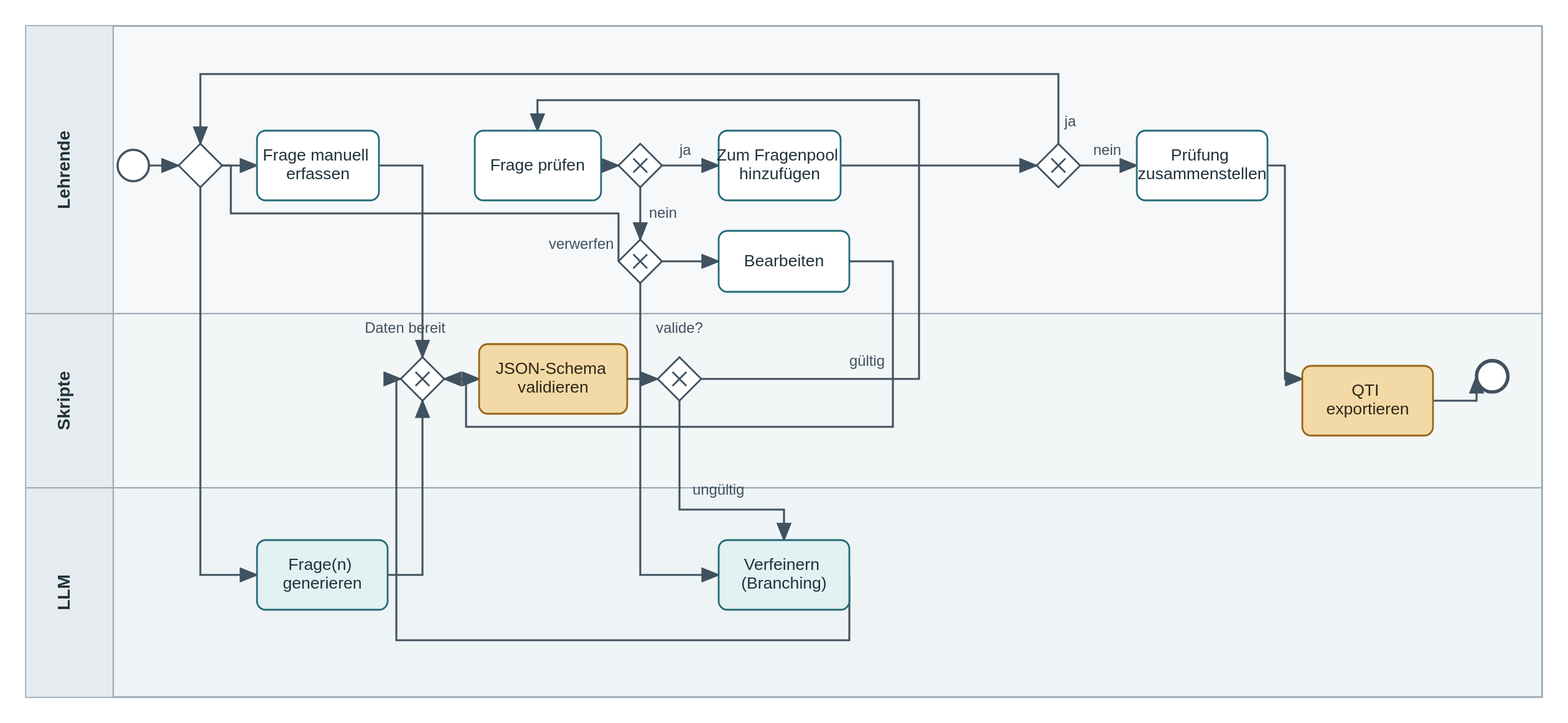
The BPMN diagram assets/images/lena-process.svg in kllmanu/ba, before a commit. Its source is kept beside it as assets/lena-process.bpmn. Ids are renumbered.
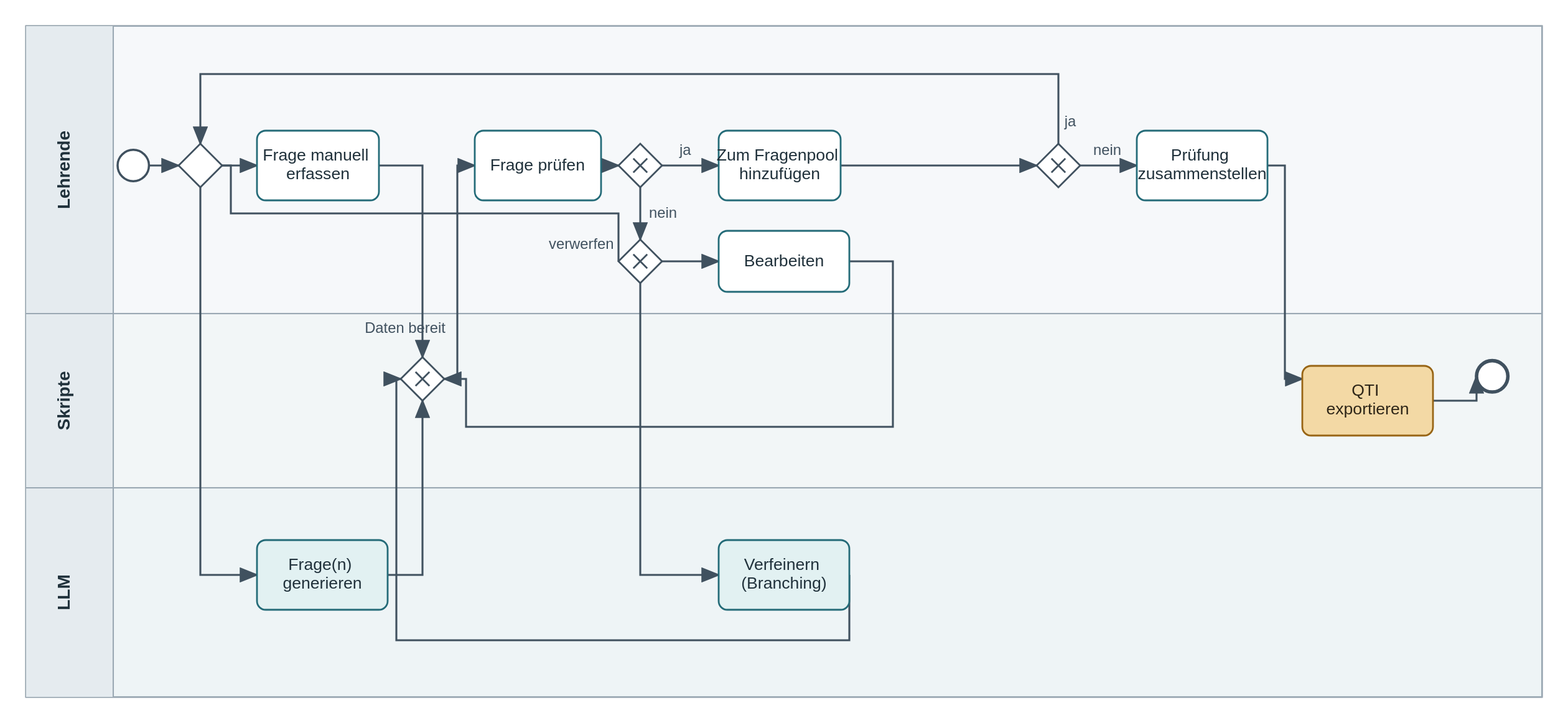
After the commit.

Commit message:
Refactor BPMN process model by removing unnecessary validation tasks and flows for improved clarity

Change to the diagram source:
```diff
@@ -19,8 +19,6 @@
             </bpmn:lane>
             <bpmn:lane id="Lane_Scripts" name="Skripte">
                 <bpmn:flowNodeRef>Gateway_Created</bpmn:flowNodeRef>
-                <bpmn:flowNodeRef>ServiceTask_Validate</bpmn:flowNodeRef>
-                <bpmn:flowNodeRef>Gateway_DataValid</bpmn:flowNodeRef>
                 <bpmn:flowNodeRef>ServiceTask_Export</bpmn:flowNodeRef>
                 <bpmn:flowNodeRef>EndEvent_End</bpmn:flowNodeRef>
             </bpmn:lane>
@@ -37,9 +35,6 @@
         <bpmn:serviceTask id="ServiceTask_LLMCreate" name="Frage(n) generieren" />
         <bpmn:exclusiveGateway id="Gateway_Created" name="Daten bereit"
             gatewayDirection="Converging" />
-        <bpmn:serviceTask id="ServiceTask_Validate" name="JSON-Schema validieren" />
-        <bpmn:exclusiveGateway id="Gateway_DataValid" name="Valide?"
-            gatewayDirection="Diverging" />
         <bpmn:userTask id="UserTask_Review" name="Frage prüfen" />
         <bpmn:exclusiveGateway id="Gateway_Suitable" name="Geeignet?" gatewayDirection="Diverging" />
         <bpmn:exclusiveGateway id="Gateway_Revise" name="Nächster Schritt?"
@@ -62,13 +57,7 @@
             targetRef="Gateway_Created" />
         <bpmn:sequenceFlow id="Flow_05" sourceRef="ServiceTask_LLMCreate"
             targetRef="Gateway_Created" />
-        <bpmn:sequenceFlow id="Flow_06" sourceRef="Gateway_Created" targetRef="ServiceTask_Validate" />
-        <bpmn:sequenceFlow id="Flow_07" sourceRef="ServiceTask_Validate"
-            targetRef="Gateway_DataValid" />
-        <bpmn:sequenceFlow id="Flow_08" name="ja" sourceRef="Gateway_DataValid"
-            targetRef="UserTask_Review" />
-        <bpmn:sequenceFlow id="Flow_09" name="nein" sourceRef="Gateway_DataValid"
-            targetRef="ServiceTask_LLMRevise" />
+        <bpmn:sequenceFlow id="Flow_06" sourceRef="Gateway_Created" targetRef="UserTask_Review" />
         <bpmn:sequenceFlow id="Flow_10" sourceRef="UserTask_Review" targetRef="Gateway_Suitable" />
         <bpmn:sequenceFlow id="Flow_11" name="ja" sourceRef="Gateway_Suitable"
             targetRef="UserTask_AddSelection" />
@@ -122,16 +111,6 @@
                 <dc:Bounds x="460" y="410" width="50" height="50" />
                 <bpmndi:BPMNLabel>
                     <dc:Bounds x="390" y="372" width="150" height="24" />
-                </bpmndi:BPMNLabel>
-            </bpmndi:BPMNShape>
-            <bpmndi:BPMNShape id="Shape_Validate" bpmnElement="ServiceTask_Validate">
-                <dc:Bounds x="550" y="395" width="170" height="80" />
-            </bpmndi:BPMNShape>
-            <bpmndi:BPMNShape id="Shape_DataValid" bpmnElement="Gateway_DataValid"
-                isMarkerVisible="true">
-                <dc:Bounds x="755" y="410" width="50" height="50" />
-                <bpmndi:BPMNLabel>
-                    <dc:Bounds x="745" y="372" width="70" height="24" />
                 </bpmndi:BPMNLabel>
             </bpmndi:BPMNShape>
             <bpmndi:BPMNShape id="Shape_Review" bpmnElement="UserTask_Review">
@@ -191,24 +170,9 @@
             </bpmndi:BPMNEdge>
             <bpmndi:BPMNEdge id="Edge_06" bpmnElement="Flow_06">
                 <di:waypoint x="510" y="435" />
-                <di:waypoint x="550" y="435" />
-            </bpmndi:BPMNEdge>
-            <bpmndi:BPMNEdge id="Edge_07" bpmnElement="Flow_07">
-                <di:waypoint x="720" y="435" />
-                <di:waypoint x="755" y="435" />
-            </bpmndi:BPMNEdge>
-            <bpmndi:BPMNEdge id="Edge_08" bpmnElement="Flow_08">
-                <di:waypoint x="805" y="435" />
-                <di:waypoint x="1055" y="435" />
-                <di:waypoint x="1055" y="115" />
-                <di:waypoint x="617" y="115" />
-                <di:waypoint x="617" y="150" />
-            </bpmndi:BPMNEdge>
-            <bpmndi:BPMNEdge id="Edge_09" bpmnElement="Flow_09">
-                <di:waypoint x="780" y="460" />
-                <di:waypoint x="780" y="585" />
-                <di:waypoint x="975" y="585" />
-                <di:waypoint x="975" y="620" />
+                <di:waypoint x="525" y="435" />
+                <di:waypoint x="525" y="190" />
+                <di:waypoint x="545" y="190" />
             </bpmndi:BPMNEdge>
             <bpmndi:BPMNEdge id="Edge_10" bpmnElement="Flow_10">
                 <di:waypoint x="690" y="190" />
```
